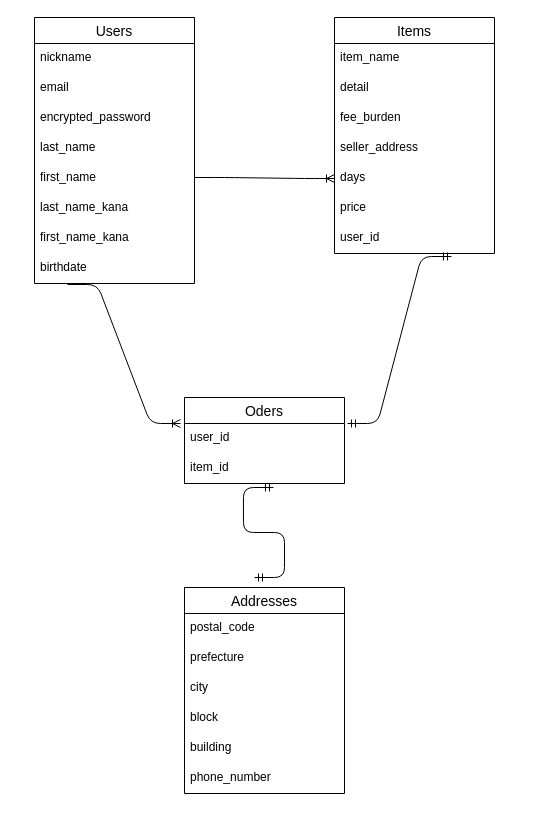
Above: ER.dio in yknkhrhr/furima-39898 (draw.io), before the change. Source tidied: cells renumbered, new cells numbered last; positions are measured from the earlier drawing's top-left corner, leaving out a move shared by most shapes. Both pictures are drawn from the tidied source at 100%, with x=0, y=0 at pixel (34, 17).
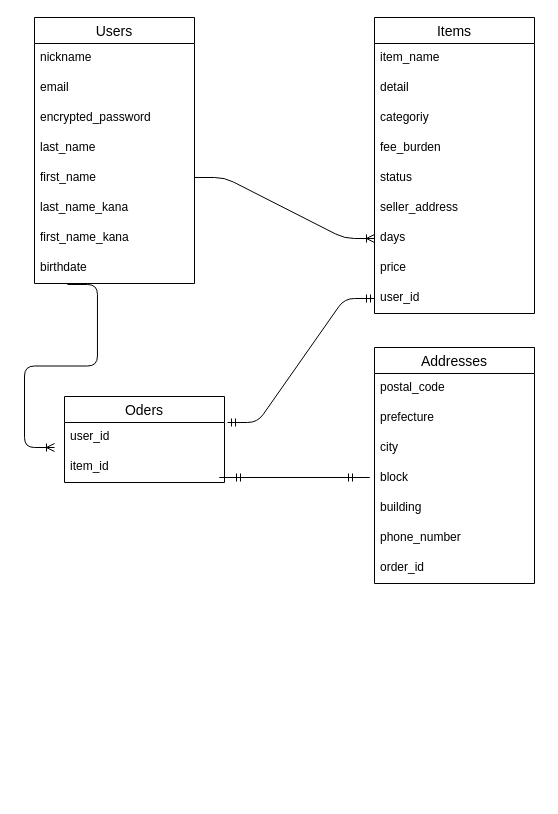
Above is the later version.

Commit message (it also covers changes not shown here):
README修正とactive_hash追加

The change refers to these unchanged cells:
```xml
<mxCell id="11" value="user_id" style="text;strokeColor=none;fillColor=none;spacingLeft=4;spacingRight=4;overflow=hidden;points=[[0,0.5],[1,0.5]];portConstraint=eastwest;fontSize=12;shadow=1;" parent="10" vertex="1">
  <mxGeometry y="26" width="160" height="30" as="geometry" />
</mxCell>
<mxCell id="12" value="item_id" style="text;strokeColor=none;fillColor=none;spacingLeft=4;spacingRight=4;overflow=hidden;points=[[0,0.5],[1,0.5]];portConstraint=eastwest;fontSize=12;" parent="10" vertex="1">
  <mxGeometry y="56" width="160" height="30" as="geometry" />
</mxCell>
<mxCell id="28" value="birthdate" style="text;strokeColor=none;fillColor=none;spacingLeft=4;spacingRight=4;overflow=hidden;points=[[0,0.5],[1,0.5]];portConstraint=eastwest;fontSize=12;" parent="20" vertex="1">
  <mxGeometry y="236" width="160" height="30" as="geometry" />
</mxCell>
```

The edit, as a diff of the source:
```diff
@@
     <mxCell id="2" value="Items" style="swimlane;fontStyle=0;horizontal=1;startSize=26;align=center;fontSize=14;" parent="1" vertex="1">
-      <mxGeometry x="300" width="160" height="236" as="geometry" />
+      <mxGeometry x="340" width="160" height="296" as="geometry" />
     </mxCell>
@@
+    <mxCell id="34" value="categoriy" style="text;strokeColor=none;fillColor=none;spacingLeft=4;spacingRight=4;overflow=hidden;fontSize=12;shadow=1;" parent="2" vertex="1">
+      <mxGeometry y="86" width="160" height="30" as="geometry" />
+    </mxCell>
     <mxCell id="5" value="fee_burden" style="text;strokeColor=none;fillColor=none;spacingLeft=4;spacingRight=4;overflow=hidden;fontSize=12;" parent="2" vertex="1">
-      <mxGeometry y="86" width="160" height="30" as="geometry" />
+      <mxGeometry y="116" width="160" height="30" as="geometry" />
     </mxCell>
+    <mxCell id="35" value="status" style="text;strokeColor=none;fillColor=none;spacingLeft=4;spacingRight=4;overflow=hidden;fontSize=12;shadow=1;" parent="2" vertex="1">
+      <mxGeometry y="146" width="160" height="30" as="geometry" />
+    </mxCell>
     <mxCell id="6" value="seller_address" style="text;strokeColor=none;fillColor=none;spacingLeft=4;spacingRight=4;overflow=hidden;points=[[0,0.5],[1,0.5]];portConstraint=eastwest;fontSize=12;shadow=1;" parent="2" vertex="1">
-      <mxGeometry y="116" width="160" height="30" as="geometry" />
+      <mxGeometry y="176" width="160" height="30" as="geometry" />
     </mxCell>
     <mxCell id="7" value="days" style="text;strokeColor=none;fillColor=none;spacingLeft=4;spacingRight=4;overflow=hidden;points=[[0,0.5],[1,0.5]];portConstraint=eastwest;fontSize=12;whiteSpace=wrap;" parent="2" vertex="1">
-      <mxGeometry y="146" width="160" height="30" as="geometry" />
+      <mxGeometry y="206" width="160" height="30" as="geometry" />
     </mxCell>
     <mxCell id="8" value="price" style="text;strokeColor=none;fillColor=none;spacingLeft=4;spacingRight=4;overflow=hidden;fontSize=12;" parent="2" vertex="1">
-      <mxGeometry y="176" width="160" height="30" as="geometry" />
+      <mxGeometry y="236" width="160" height="30" as="geometry" />
     </mxCell>
     <mxCell id="9" value="user_id" style="text;strokeColor=none;fillColor=none;spacingLeft=4;spacingRight=4;overflow=hidden;points=[[0,0.5],[1,0.5]];portConstraint=eastwest;fontSize=12;" parent="2" vertex="1">
-      <mxGeometry y="206" width="160" height="30" as="geometry" />
+      <mxGeometry y="266" width="160" height="30" as="geometry" />
     </mxCell>
     <mxCell id="10" value="Oders" style="swimlane;fontStyle=0;horizontal=1;startSize=26;align=center;fontSize=14;" parent="1" vertex="1">
-      <mxGeometry x="150" y="380" width="160" height="86" as="geometry" />
+      <mxGeometry x="30" y="379" width="160" height="86" as="geometry" />
     </mxCell>
@@
     <mxCell id="13" value="Addresses" style="swimlane;fontStyle=0;horizontal=1;startSize=26;align=center;fontSize=14;" parent="1" vertex="1">
-      <mxGeometry x="150" y="570" width="160" height="206" as="geometry" />
+      <mxGeometry x="340" y="330" width="160" height="236" as="geometry" />
     </mxCell>
@@
+    <mxCell id="36" value="order_id" style="text;strokeColor=none;fillColor=none;spacingLeft=4;spacingRight=4;overflow=hidden;fontSize=12;shadow=1;" parent="13" vertex="1">
+      <mxGeometry y="206" width="160" height="30" as="geometry" />
+    </mxCell>
@@
-    <mxCell id="31" style="edgeStyle=entityRelationEdgeStyle;fontSize=12;html=1;endArrow=ERoneToMany;entryX=-0.025;entryY=0;entryDx=0;entryDy=0;exitX=0.206;exitY=1.033;exitDx=0;exitDy=0;exitPerimeter=0;entryPerimeter=0;" parent="1" edge="1" source="28" target="11">
-      <mxGeometry relative="1" as="geometry" />
+    <mxCell id="31" style="edgeStyle=entityRelationEdgeStyle;fontSize=12;html=1;endArrow=ERoneToMany;exitX=0.206;exitY=1.033;exitDx=0;exitDy=0;exitPerimeter=0;" parent="1" edge="1" source="28">
+      <mxGeometry relative="1" as="geometry">
+        <mxPoint x="20" y="430" as="targetPoint" />
+      </mxGeometry>
     </mxCell>
-    <mxCell id="32" style="edgeStyle=entityRelationEdgeStyle;fontSize=12;html=1;endArrow=ERmandOne;startArrow=ERmandOne;entryX=0.731;entryY=1.1;entryDx=0;entryDy=0;entryPerimeter=0;exitX=1.019;exitY=0;exitDx=0;exitDy=0;exitPerimeter=0;" parent="1" edge="1" source="11" target="9">
+    <mxCell id="32" style="edgeStyle=entityRelationEdgeStyle;fontSize=12;html=1;endArrow=ERmandOne;startArrow=ERmandOne;entryX=0;entryY=0.5;entryDx=0;entryDy=0;exitX=1.019;exitY=0;exitDx=0;exitDy=0;exitPerimeter=0;" parent="1" edge="1" source="11" target="9">
       <mxGeometry relative="1" as="geometry" />
     </mxCell>
-    <mxCell id="33" style="edgeStyle=entityRelationEdgeStyle;fontSize=12;html=1;endArrow=ERmandOne;startArrow=ERmandOne;entryX=0.556;entryY=1.133;entryDx=0;entryDy=0;entryPerimeter=0;" parent="1" edge="1" target="12">
+    <mxCell id="33" style="edgeStyle=entityRelationEdgeStyle;fontSize=12;html=1;endArrow=ERmandOne;startArrow=ERmandOne;" parent="1" edge="1">
       <mxGeometry relative="1" as="geometry">
-        <mxPoint x="220" y="560" as="sourcePoint" />
+        <mxPoint x="310" y="460" as="sourcePoint" />
+        <mxPoint x="210" y="460" as="targetPoint" />
       </mxGeometry>
     </mxCell>
```
